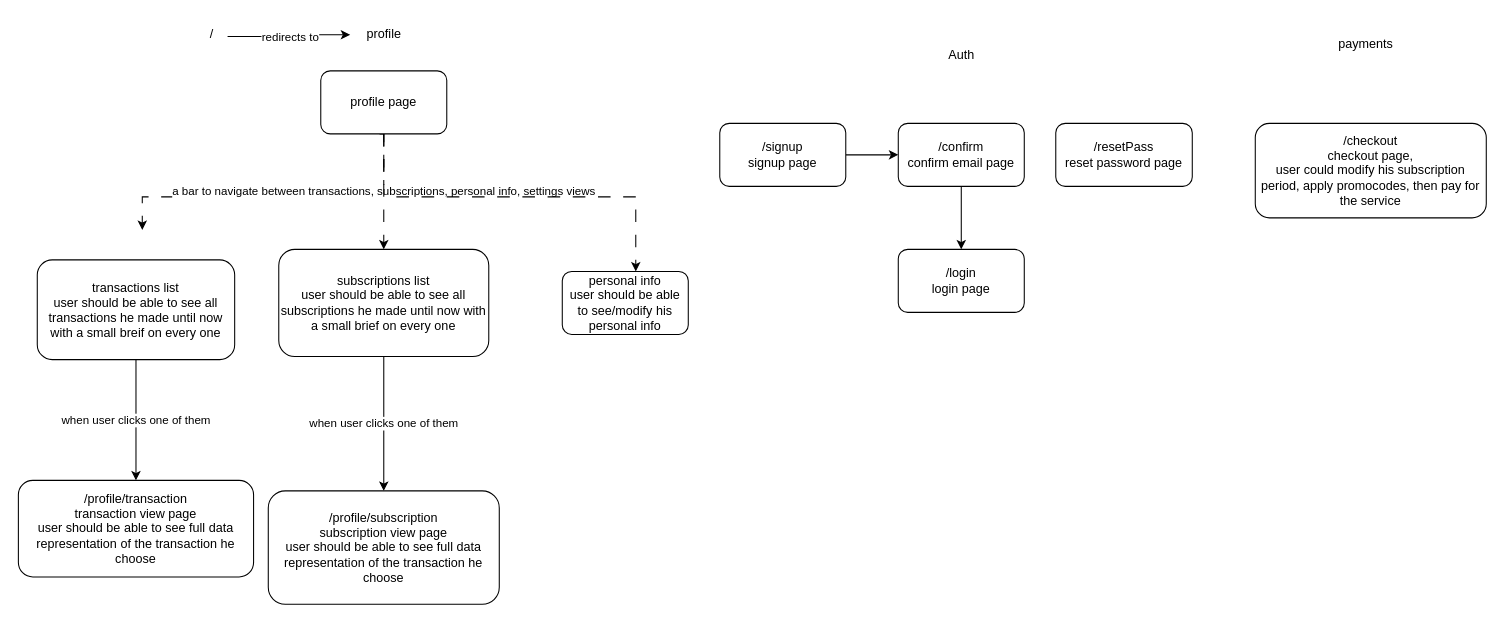
The draw.io diagram page "sitemap" (6 of 6) of pamylka.com.drawio in ahmed-elbehairy7/pamylka-system-design, before the edit. Source tidied: cells renumbered, new cells numbered last; positions are measured from the earlier drawing's top-left corner, leaving out a move shared by most shapes. Both pictures are drawn from the tidied source at 105%, with x=0, y=0 at pixel (18, 18).
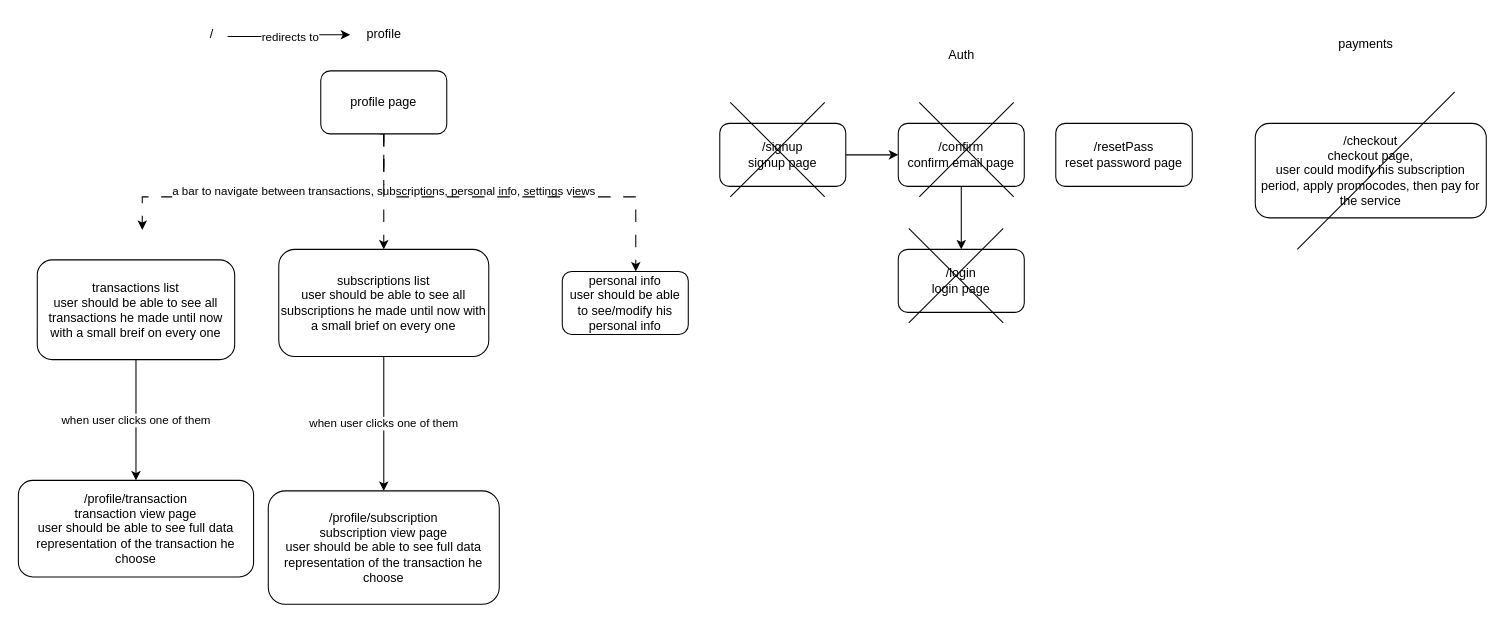
The same page after the edit.

The edit, as a diff of the source:
```diff
@@
-    <mxCell id="15" value="/signup&lt;div&gt;&lt;span style=&quot;background-color: transparent; color: light-dark(rgb(0, 0, 0), rgb(255, 255, 255));&quot;&gt;signup page&lt;/span&gt;&lt;/div&gt;" style="rounded=1;whiteSpace=wrap;html=1;" parent="1" vertex="1">
+    <mxCell id="15" value="/signup&lt;div&gt;&lt;span style=&quot;background-color: transparent; color: light-dark(rgb(0, 0, 0), rgb(255, 255, 255));&quot;&gt;signup page&lt;/span&gt;&lt;/div&gt;" style="rounded=1;whiteSpace=wrap;html=1;fillColor=#FFFFFF;" parent="1" vertex="1">
       <mxGeometry x="668" y="100" width="120" height="60" as="geometry" />
     </mxCell>
@@
+    <mxCell id="25" style="group;" parent="1" vertex="1">
+      <mxGeometry x="678" y="80" width="90" height="90" as="geometry" />
+    </mxCell>
+    <mxCell id="26" style="endArrow=none;html=1;rounded=0;" parent="25" edge="1">
+      <mxGeometry relative="1" as="geometry">
+        <mxPoint y="90" as="sourcePoint" />
+        <mxPoint x="90" as="targetPoint" />
+      </mxGeometry>
+    </mxCell>
+    <mxCell id="27" style="endArrow=none;html=1;rounded=0;" parent="25" edge="1">
+      <mxGeometry relative="1" as="geometry">
+        <mxPoint x="90" y="90" as="sourcePoint" />
+        <mxPoint as="targetPoint" />
+      </mxGeometry>
+    </mxCell>
+    <mxCell id="28" style="group;" parent="1" vertex="1">
+      <mxGeometry x="858" y="80" width="90" height="90" as="geometry" />
+    </mxCell>
+    <mxCell id="29" style="endArrow=none;html=1;rounded=0;" parent="28" edge="1">
+      <mxGeometry relative="1" as="geometry">
+        <mxPoint y="90" as="sourcePoint" />
+        <mxPoint x="90" as="targetPoint" />
+      </mxGeometry>
+    </mxCell>
+    <mxCell id="30" style="endArrow=none;html=1;rounded=0;" parent="28" edge="1">
+      <mxGeometry relative="1" as="geometry">
+        <mxPoint x="90" y="90" as="sourcePoint" />
+        <mxPoint as="targetPoint" />
+      </mxGeometry>
+    </mxCell>
+    <mxCell id="31" style="group;" parent="1" vertex="1">
+      <mxGeometry x="848" y="200" width="90" height="90" as="geometry" />
+    </mxCell>
+    <mxCell id="32" style="endArrow=none;html=1;rounded=0;" parent="31" edge="1">
+      <mxGeometry relative="1" as="geometry">
+        <mxPoint y="90" as="sourcePoint" />
+        <mxPoint x="90" as="targetPoint" />
+      </mxGeometry>
+    </mxCell>
+    <mxCell id="33" style="endArrow=none;html=1;rounded=0;" parent="31" edge="1">
+      <mxGeometry relative="1" as="geometry">
+        <mxPoint x="90" y="90" as="sourcePoint" />
+        <mxPoint as="targetPoint" />
+      </mxGeometry>
+    </mxCell>
+    <mxCell id="34" style="endArrow=none;html=1;rounded=0;" parent="1" edge="1">
+      <mxGeometry relative="1" as="geometry">
+        <mxPoint x="1218" y="220" as="sourcePoint" />
+        <mxPoint x="1368" y="70" as="targetPoint" />
+      </mxGeometry>
+    </mxCell>
```
